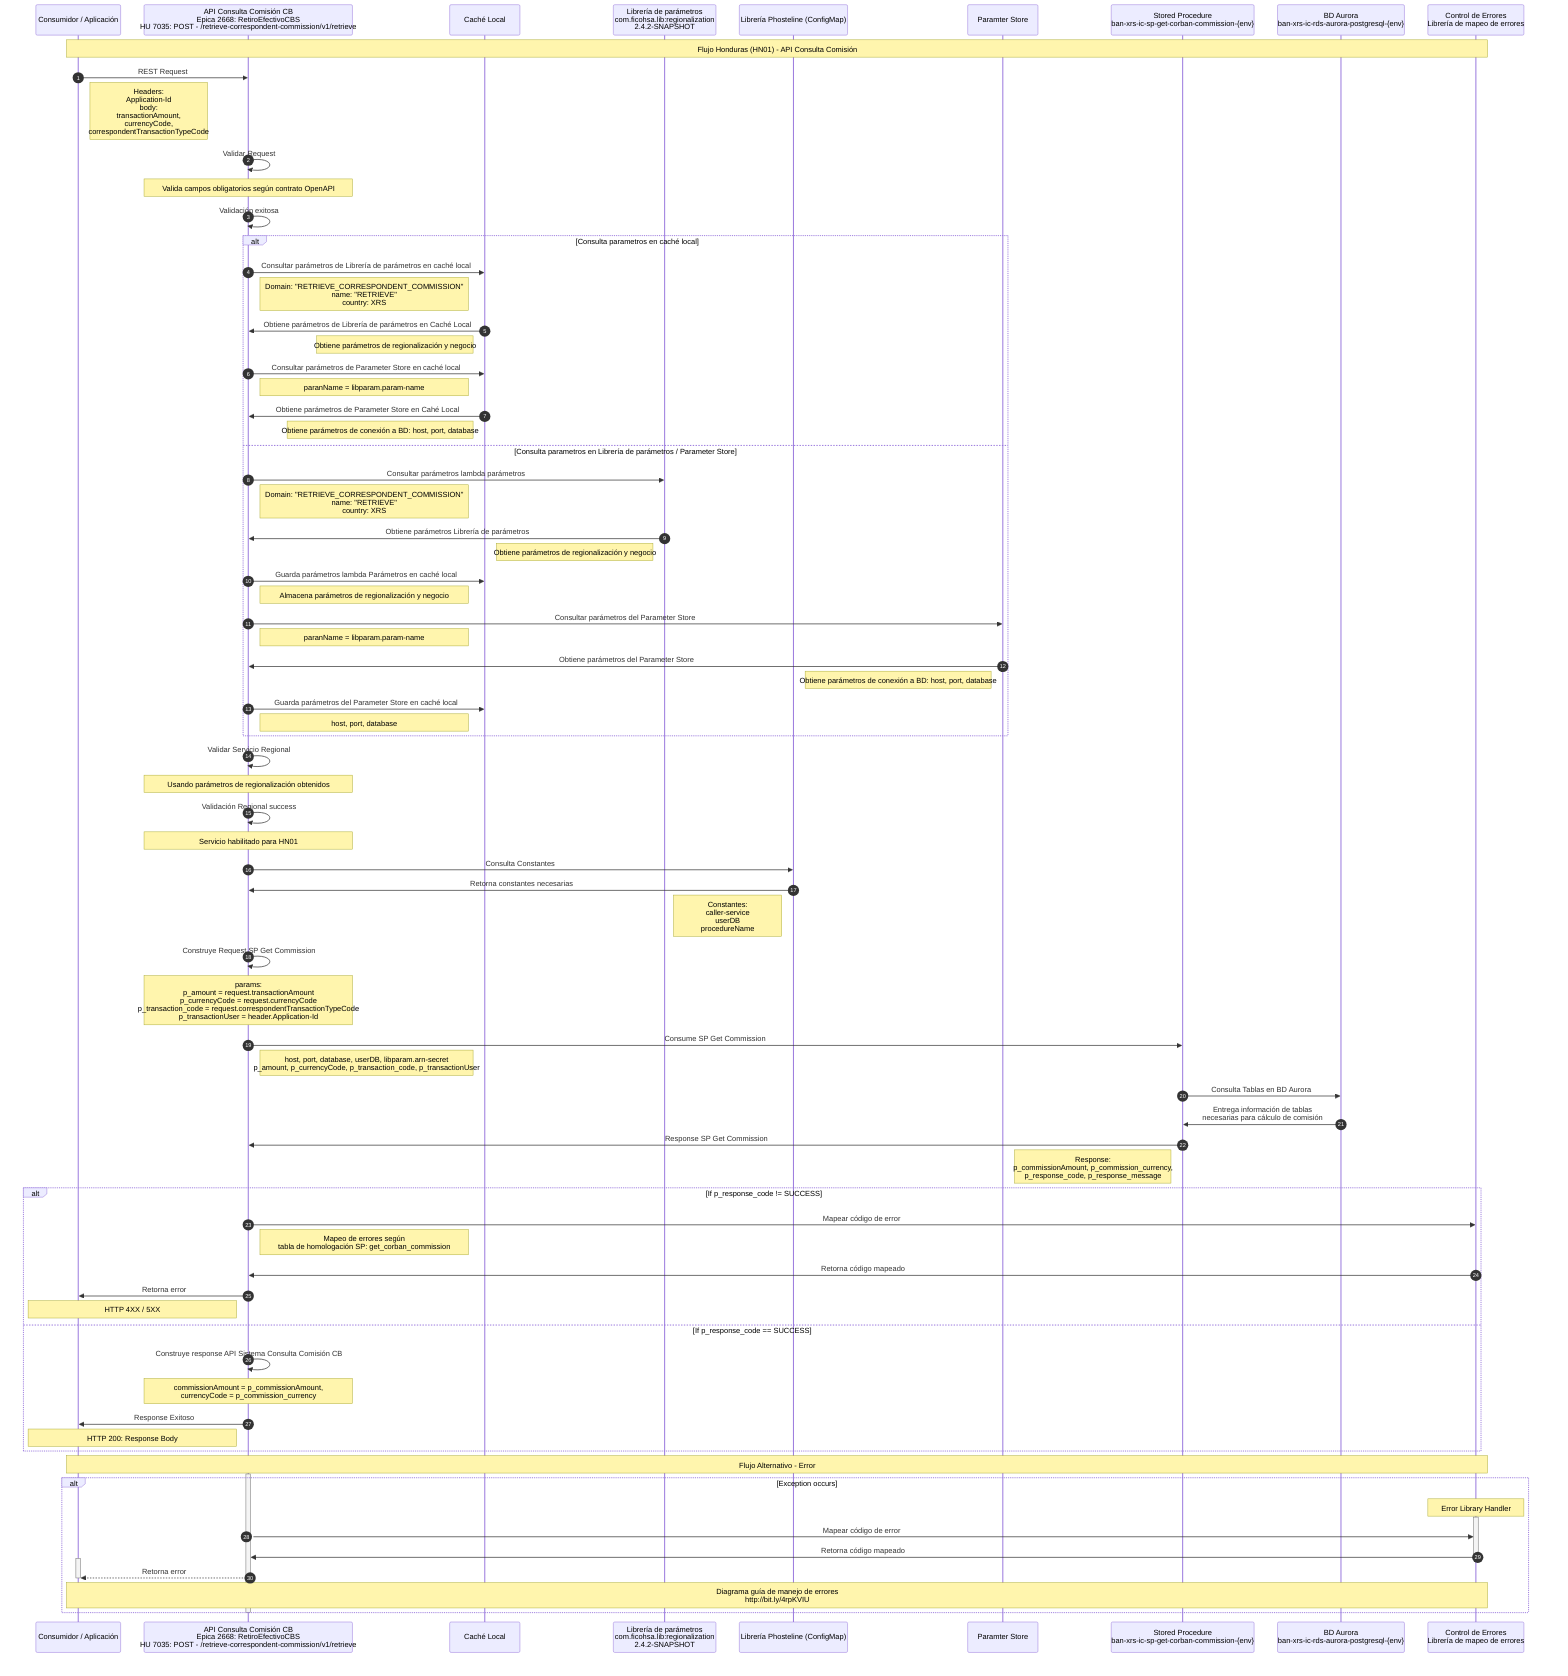
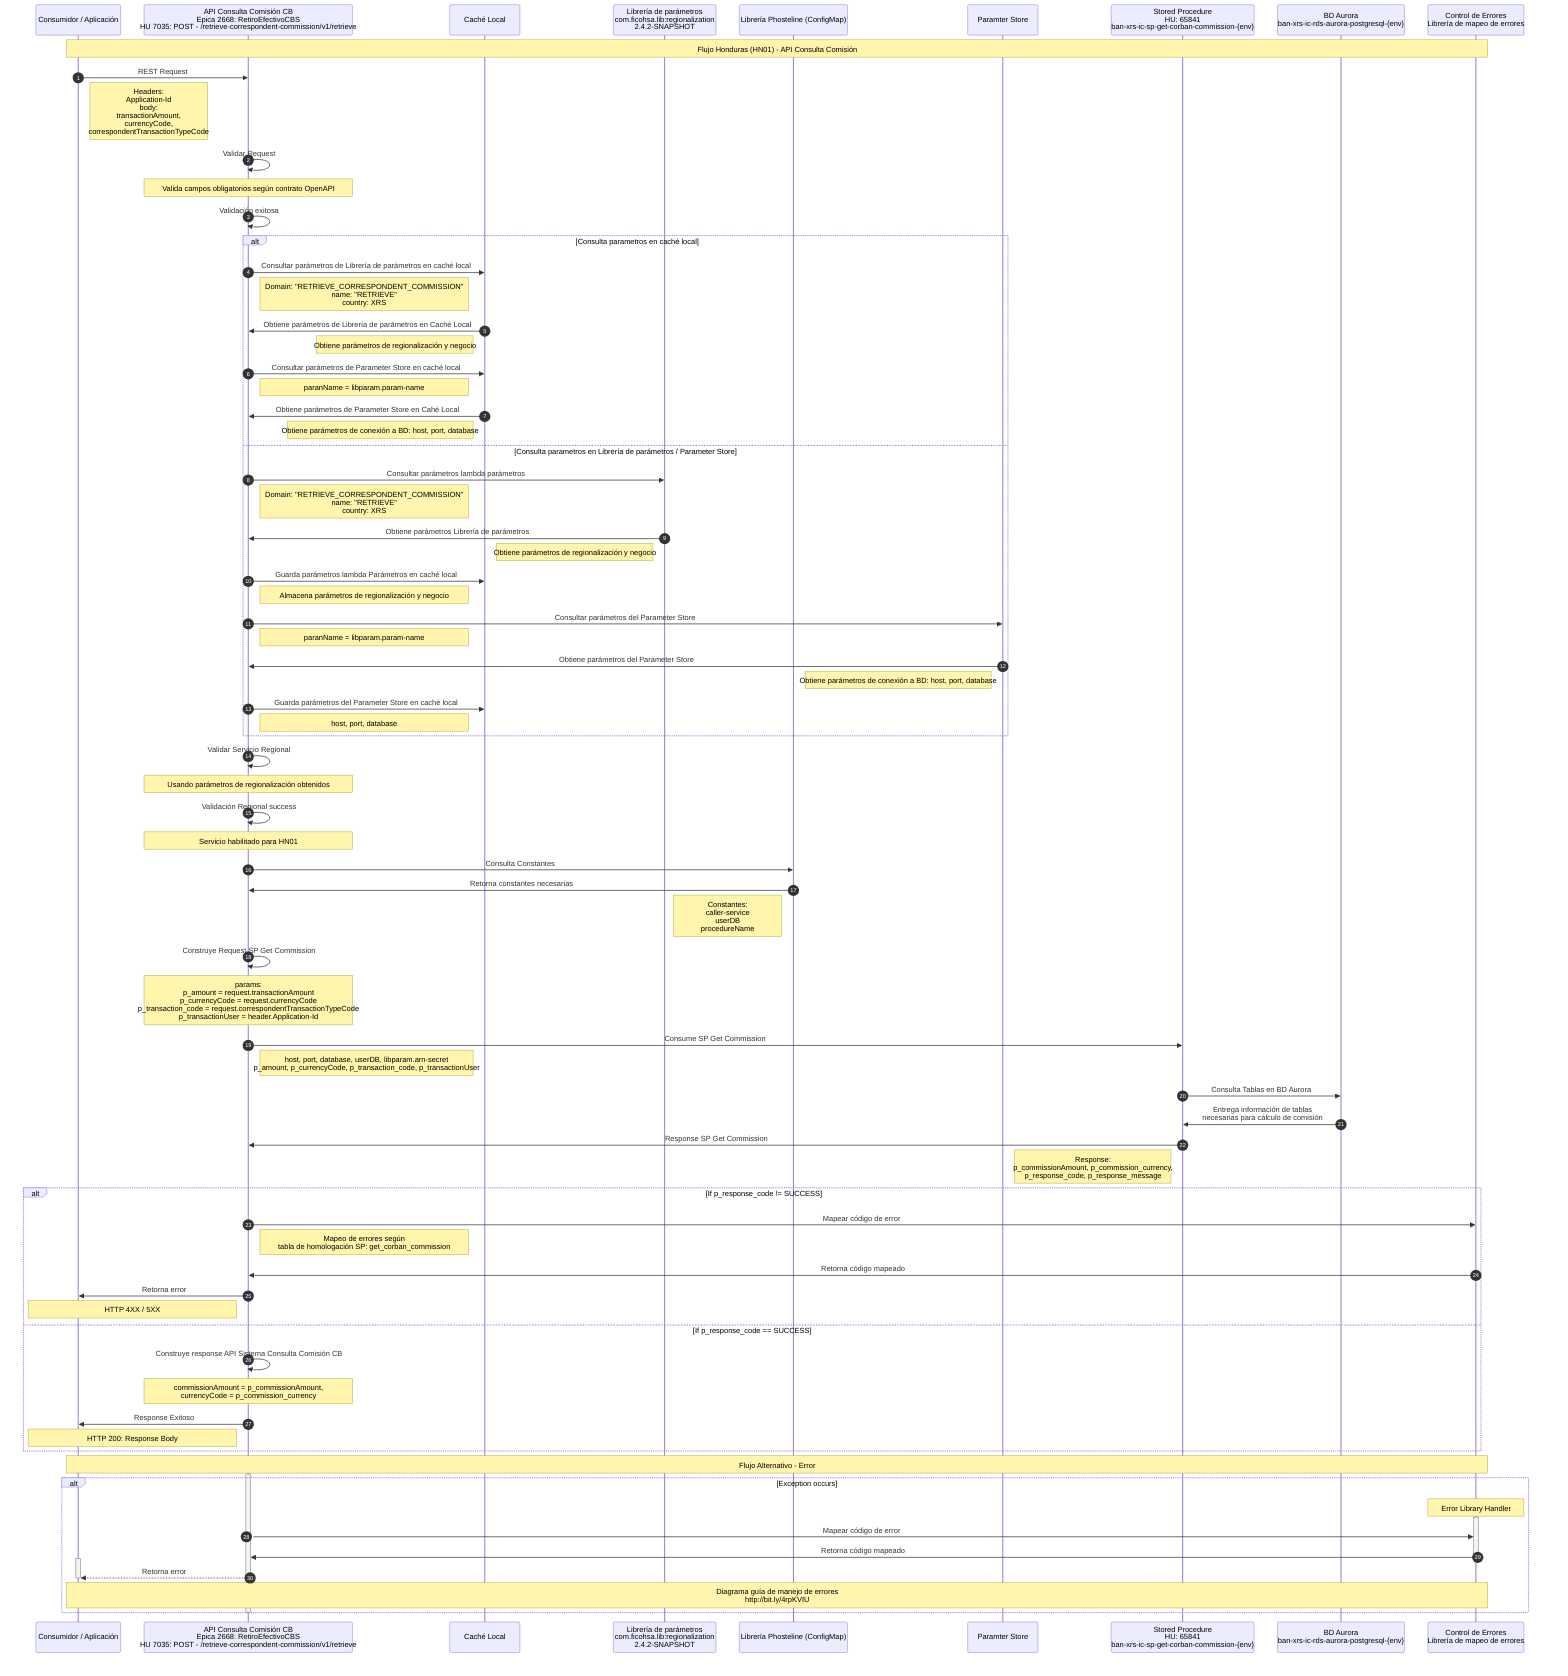
sequenceDiagram
    autonumber
    participant Consumidor as Consumidor / Aplicación
    participant API as API Consulta Comisión CB <br> Epica 2668: RetiroEfectivoCBS <br> HU 7035:  POST - /retrieve-correspondent-commission/v1/retrieve
    participant CL as Caché Local
    participant Lambda as Librería de parámetros <br> com.ficohsa.lib:regionalization <br> 2.4.2-SNAPSHOT
    participant Lib as Librería Phosteline (ConfigMap)
    participant parameter as Paramter Store
-     participant sp as Stored Procedure <br/> ban-xrs-ic-sp-get-corban-commission-{env}
+     participant sp as Stored Procedure <br> HU: 65841 <br> ban-xrs-ic-sp-get-corban-commission-{env}
    participant aurora as BD Aurora <br/> ban-xrs-ic-rds-aurora-postgresql-{env}
    participant Errors as Control de Errores <br> Librería de mapeo de errores

    Note over Consumidor, Errors: Flujo Honduras (HN01) - API Consulta Comisión

    Consumidor->>API: REST Request
    Note right of Consumidor: Headers: <br> Application-Id <br> body: <br> transactionAmount, <br> currencyCode, <br> correspondentTransactionTypeCode

    API->>API: Validar Request
    Note over API: Valida campos obligatorios según contrato OpenAPI

    API->>API: Validación exitosa

    alt Consulta parametros en caché local

        API->>CL: Consultar parámetros de Librería de parámetros en caché local
        Note right of API: Domain: "RETRIEVE_CORRESPONDENT_COMMISSION" <br> name: "RETRIEVE" <br> country: XRS

        CL->>API: Obtiene parámetros de Librería de parámetros en Caché Local
        Note left of CL: Obtiene parámetros de regionalización y negocio

        API->>CL: Consultar parámetros de Parameter Store en caché local
        Note right of API: paranName = libparam.param-name

        CL->>API: Obtiene parámetros de Parameter Store en Cahé Local
        Note left of CL: Obtiene parámetros de conexión a BD: host, port, database

    else Consulta  parametros en Librería de parámetros / Parameter Store

        API->>Lambda: Consultar parámetros lambda parámetros
        Note right of API: Domain: "RETRIEVE_CORRESPONDENT_COMMISSION" <br> name: "RETRIEVE" <br> country: XRS

        Lambda->>API: Obtiene parámetros Librería de parámetros
        Note left of Lambda: Obtiene parámetros de regionalización y negocio

        API->>CL: Guarda parámetros lambda Parámetros en caché local
        Note right of API: Almacena parámetros de regionalización y negocio

        API->>parameter: Consultar parámetros del Parameter Store
        Note right of API: paranName = libparam.param-name

        parameter->>API: Obtiene parámetros del Parameter Store
        Note left of parameter: Obtiene parámetros de conexión a BD: host, port, database

        API->>CL: Guarda parámetros del Parameter Store en caché local
        Note right of API: host, port, database

    end

    API->>API: Validar Servicio Regional
    Note over API: Usando parámetros de regionalización obtenidos

    API->>API: Validación Regional success
    Note over API: Servicio habilitado para HN01

    API->>Lib: Consulta Constantes

    Lib->>API: Retorna constantes necesarias
    Note left of Lib: Constantes: <br> caller-service <br> userDB <br> procedureName

     API->>API: Construye Request SP Get Commission
    Note over API: params:  <br> p_amount = request.transactionAmount <br> p_currencyCode = request.currencyCode <br> p_transaction_code = request.correspondentTransactionTypeCode <br> p_transactionUser = header.Application-Id

    API->>sp: Consume SP Get Commission
    Note right of API: host, port, database, userDB, libparam.arn-secret <br> p_amount, p_currencyCode, p_transaction_code, p_transactionUser

    sp->>aurora: Consulta Tablas en BD Aurora
    aurora->>sp: Entrega información de tablas <br> necesarias para cálculo de comisión

    sp->>API: Response SP Get Commission
    Note left of sp: Response: <br> p_commissionAmount, p_commission_currency, <br> p_response_code, p_response_message

    alt If p_response_code != SUCCESS

        API->> Errors: Mapear código de error
        Note right of API: Mapeo de errores según <br> tabla de homologación SP: get_corban_commission

        Errors ->> API: Retorna código mapeado

        API->> Consumidor: Retorna error
        Note left of API: HTTP 4XX / 5XX


    else If p_response_code == SUCCESS

        API->>API: Construye response API Sistema Consulta Comisión CB
        Note over API: commissionAmount = p_commissionAmount, <br> currencyCode = p_commission_currency

        API->>Consumidor: Response Exitoso
        Note left of API: HTTP 200: Response Body

    end

    Note over Consumidor, Errors: Flujo Alternativo - Error
    activate API
    alt Exception occurs
        note over Errors: Error Library Handler
        activate Errors
            API->> Errors: Mapear código de error
            Errors ->> API: Retorna código mapeado
        deactivate Errors
        activate Consumidor
            API-->> Consumidor: Retorna error
        deactivate Consumidor
        Note over Consumidor,Errors: Diagrama guía de manejo de errores <br> http://bit.ly/4rpKVIU
    end
    deactivate API